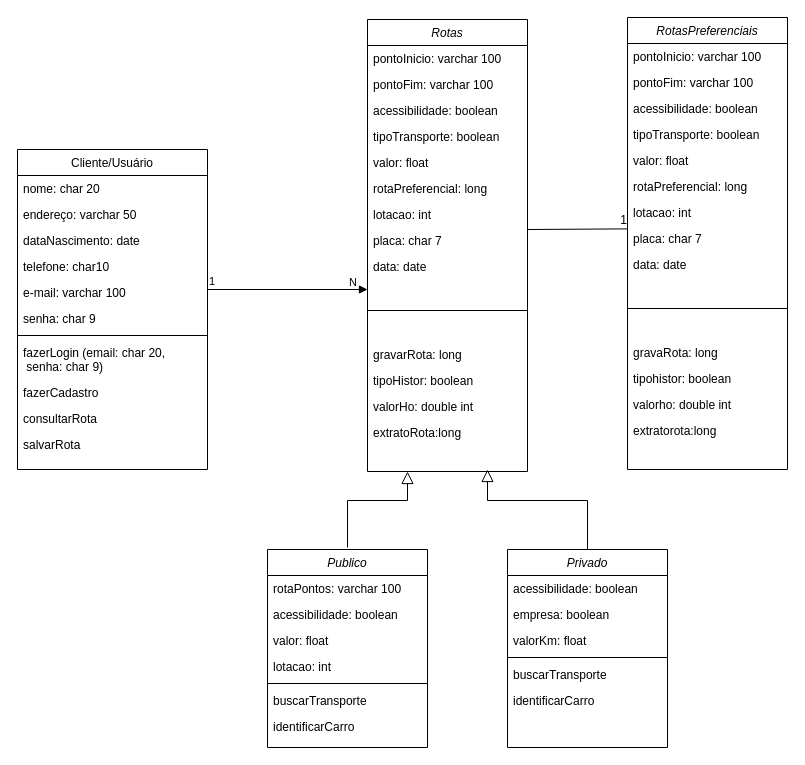
This is Diagrama de Classe - moovifast.drawio from appmoovifast/Documentacao, a draw.io file, before an edit. Source tidied: cells renumbered, new cells numbered last; positions are measured from the earlier drawing's top-left corner, leaving out a move shared by most shapes. Both pictures are drawn from the tidied source at 100%, with x=0, y=0 at pixel (17, 17).
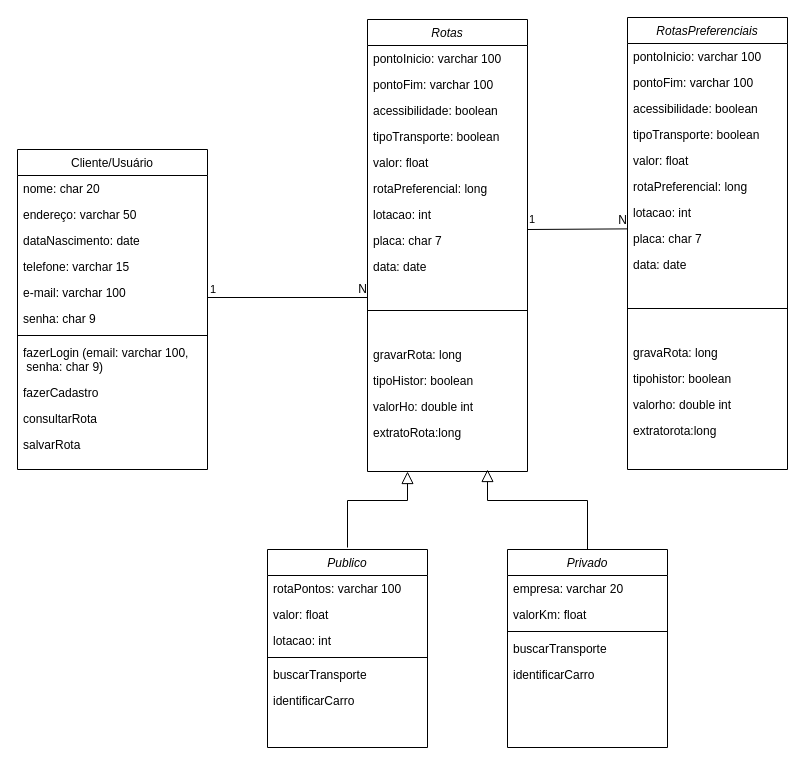
After the change.

Unchanged cells that the change refers to:
```xml
<mxCell id="2" value="Publico" style="swimlane;fontStyle=2;align=center;verticalAlign=top;horizontal=1;startSize=26;rounded=0;shadow=0;strokeWidth=1;" parent="1" vertex="1">
  <mxGeometry x="250" y="532" width="160" height="198" as="geometry" />
</mxCell>
<mxCell id="10" value="Privado" style="swimlane;fontStyle=2;align=center;verticalAlign=top;horizontal=1;startSize=26;rounded=0;shadow=0;strokeWidth=1;" parent="1" vertex="1">
  <mxGeometry x="490" y="532" width="160" height="198" as="geometry" />
</mxCell>
<mxCell id="32" value="Cliente/Usuário" style="swimlane;fontStyle=0;align=center;verticalAlign=top;horizontal=1;startSize=26;rounded=0;shadow=0;strokeWidth=1;" parent="1" vertex="1">
  <mxGeometry y="132" width="190" height="320" as="geometry" />
</mxCell>
<mxCell id="63" style="endArrow=none;html=1;rounded=0;entryX=0;entryY=0.13;entryDx=0;entryDy=0;entryPerimeter=0;" parent="1" edge="1" target="56">
  <mxGeometry relative="1" as="geometry">
    <mxPoint x="510" y="212" as="sourcePoint" />
  </mxGeometry>
</mxCell>
```

What changed in the source:
```diff
@@
-    <mxCell id="4" value="acessibilidade: boolean" style="text;align=left;verticalAlign=top;spacingLeft=4;spacingRight=4;overflow=hidden;rounded=0;shadow=0;html=0;" parent="2" vertex="1">
-      <mxGeometry y="52" width="160" height="26" as="geometry" />
-    </mxCell>
     <mxCell id="5" value="valor: float" style="text;align=left;verticalAlign=top;spacingLeft=4;spacingRight=4;overflow=hidden;rounded=0;shadow=0;html=0;" parent="2" vertex="1">
-      <mxGeometry y="78" width="160" height="26" as="geometry" />
+      <mxGeometry y="52" width="160" height="26" as="geometry" />
     </mxCell>
     <mxCell id="6" value="lotacao: int" style="text;align=left;verticalAlign=top;spacingLeft=4;spacingRight=4;overflow=hidden;rounded=0;shadow=0;html=0;" parent="2" vertex="1">
-      <mxGeometry y="104" width="160" height="26" as="geometry" />
+      <mxGeometry y="78" width="160" height="26" as="geometry" />
     </mxCell>
     <mxCell id="7" style="line;html=1;strokeWidth=1;align=left;verticalAlign=middle;spacingTop=-1;spacingLeft=3;spacingRight=3;labelPosition=right;" parent="2" vertex="1">
-      <mxGeometry y="130" width="160" height="8" as="geometry" />
+      <mxGeometry y="104" width="160" height="8" as="geometry" />
     </mxCell>
     <mxCell id="8" value="buscarTransporte" style="text;align=left;verticalAlign=top;spacingLeft=4;spacingRight=4;overflow=hidden;" parent="2" vertex="1">
-      <mxGeometry y="138" width="160" height="26" as="geometry" />
+      <mxGeometry y="112" width="160" height="26" as="geometry" />
     </mxCell>
     <mxCell id="9" value="identificarCarro" style="text;align=left;verticalAlign=top;spacingLeft=4;spacingRight=4;overflow=hidden;" parent="2" vertex="1">
-      <mxGeometry y="164" width="160" height="26" as="geometry" />
+      <mxGeometry y="138" width="160" height="26" as="geometry" />
     </mxCell>
@@
-    <mxCell id="11" value="acessibilidade: boolean" style="text;align=left;verticalAlign=top;spacingLeft=4;spacingRight=4;overflow=hidden;rounded=0;shadow=0;html=0;" parent="10" vertex="1">
-      <mxGeometry y="26" width="160" height="26" as="geometry" />
-    </mxCell>
-    <mxCell id="12" value="empresa: boolean" style="text;align=left;verticalAlign=top;spacingLeft=4;spacingRight=4;overflow=hidden;rounded=0;shadow=0;html=0;" parent="10" vertex="1">
-      <mxGeometry y="52" width="160" height="26" as="geometry" />
+    <mxCell id="12" value="empresa: varchar 20" style="text;align=left;verticalAlign=top;spacingLeft=4;spacingRight=4;overflow=hidden;rounded=0;shadow=0;html=0;" parent="10" vertex="1">
+      <mxGeometry y="26" width="160" height="26" as="geometry" />
     </mxCell>
     <mxCell id="13" value="valorKm: float" style="text;align=left;verticalAlign=top;spacingLeft=4;spacingRight=4;overflow=hidden;rounded=0;shadow=0;html=0;" parent="10" vertex="1">
-      <mxGeometry y="78" width="160" height="26" as="geometry" />
+      <mxGeometry y="52" width="160" height="26" as="geometry" />
     </mxCell>
     <mxCell id="14" style="line;html=1;strokeWidth=1;align=left;verticalAlign=middle;spacingTop=-1;spacingLeft=3;spacingRight=3;labelPosition=right;" parent="10" vertex="1">
-      <mxGeometry y="104" width="160" height="8" as="geometry" />
+      <mxGeometry y="78" width="160" height="8" as="geometry" />
     </mxCell>
     <mxCell id="15" value="buscarTransporte" style="text;align=left;verticalAlign=top;spacingLeft=4;spacingRight=4;overflow=hidden;" parent="10" vertex="1">
-      <mxGeometry y="112" width="160" height="26" as="geometry" />
+      <mxGeometry y="86" width="160" height="26" as="geometry" />
     </mxCell>
     <mxCell id="16" value="identificarCarro" style="text;align=left;verticalAlign=top;spacingLeft=4;spacingRight=4;overflow=hidden;" parent="10" vertex="1">
-      <mxGeometry y="138" width="160" height="26" as="geometry" />
+      <mxGeometry y="112" width="160" height="26" as="geometry" />
     </mxCell>
@@
-    <mxCell id="36" value="telefone: char10" style="text;align=left;verticalAlign=top;spacingLeft=4;spacingRight=4;overflow=hidden;rounded=0;shadow=0;html=0;" parent="32" vertex="1">
+    <mxCell id="36" value="telefone: varchar 15" style="text;align=left;verticalAlign=top;spacingLeft=4;spacingRight=4;overflow=hidden;rounded=0;shadow=0;html=0;" parent="32" vertex="1">
       <mxGeometry y="104" width="190" height="26" as="geometry" />
     </mxCell>
@@
-    <mxCell id="40" value="fazerLogin (email: char 20,&#10; senha: char 9)" style="text;align=left;verticalAlign=top;spacingLeft=4;spacingRight=4;overflow=hidden;" parent="32" vertex="1">
+    <mxCell id="40" value="fazerLogin (email: varchar 100,&#10; senha: char 9)" style="text;align=left;verticalAlign=top;spacingLeft=4;spacingRight=4;overflow=hidden;" parent="32" vertex="1">
       <mxGeometry y="190" width="190" height="40" as="geometry" />
     </mxCell>
@@
-    <mxCell id="44" value="N" style="endArrow=block;endFill=1;html=1;edgeStyle=orthogonalEdgeStyle;align=left;verticalAlign=top;" parent="1" edge="1">
-      <mxGeometry x="0.75" y="20" relative="1" as="geometry">
-        <mxPoint x="190" y="272" as="sourcePoint" />
-        <mxPoint x="350" y="272" as="targetPoint" />
-      </mxGeometry>
-    </mxCell>
-    <mxCell id="45" value="1" style="edgeLabel;html=1;align=left;verticalAlign=bottom;" parent="44" vertex="1">
-      <mxGeometry x="-1" relative="1" as="geometry" />
-    </mxCell>
@@
-    <mxCell id="64" value="1" style="html=1;align=right;verticalAlign=bottom;" parent="63" vertex="1">
+    <mxCell id="64" value="N" style="html=1;align=right;verticalAlign=bottom;" parent="63" vertex="1">
       <mxGeometry x="1" relative="1" as="geometry" />
     </mxCell>
+    <mxCell id="65" value="1" style="edgeLabel;html=1;align=left;verticalAlign=bottom;" parent="1" vertex="1">
+      <mxGeometry x="510" y="210" as="geometry" />
+    </mxCell>
+    <mxCell id="66" style="endArrow=none;html=1;rounded=0;entryX=0;entryY=0.13;entryDx=0;entryDy=0;entryPerimeter=0;" parent="1" edge="1">
+      <mxGeometry relative="1" as="geometry">
+        <mxPoint x="190" y="280" as="sourcePoint" />
+        <mxPoint x="350" y="280" as="targetPoint" />
+      </mxGeometry>
+    </mxCell>
+    <mxCell id="44" value="N" style="html=1;align=right;verticalAlign=bottom;" parent="66" vertex="1">
+      <mxGeometry x="1" relative="1" as="geometry" />
+    </mxCell>
+    <mxCell id="67" value="1" style="edgeLabel;html=1;align=left;verticalAlign=bottom;" parent="1" vertex="1">
+      <mxGeometry x="515" y="236" as="geometry">
+        <mxPoint x="-324" y="44" as="offset" />
+      </mxGeometry>
+    </mxCell>
```
